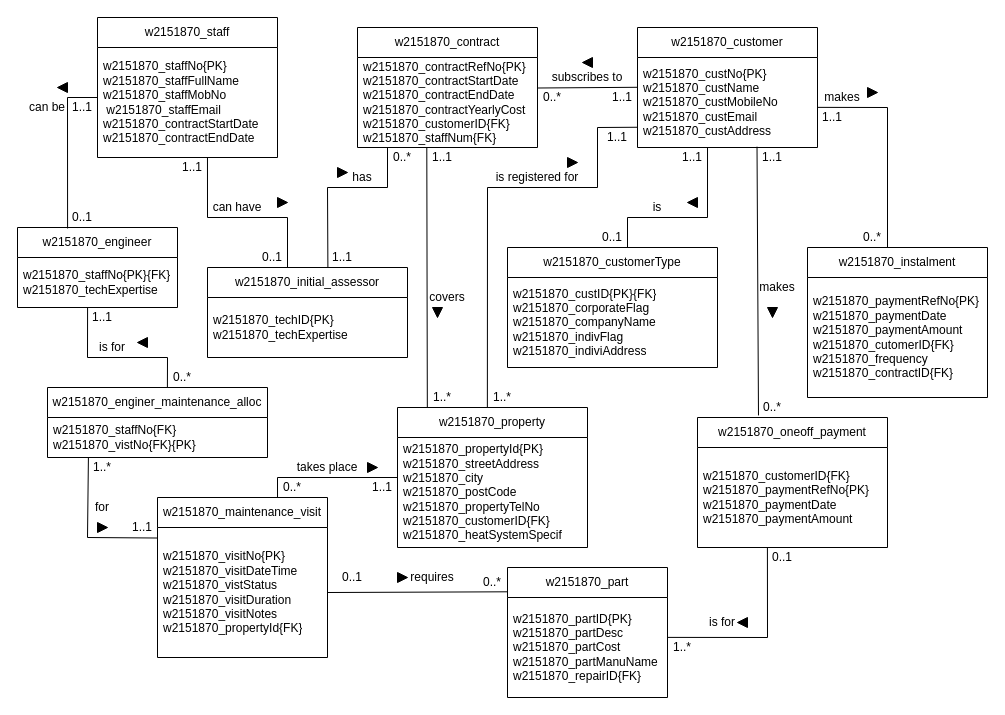
Before: question_8m.drawio in Yoda200512/skills-introduction-to-github, a draw.io diagram. Source tidied: cells renumbered, new cells numbered last; positions are measured from the earlier drawing's top-left corner, leaving out a move shared by most shapes. Both pictures are drawn from the tidied source at 100%, with x=0, y=0 at pixel (17, 17).
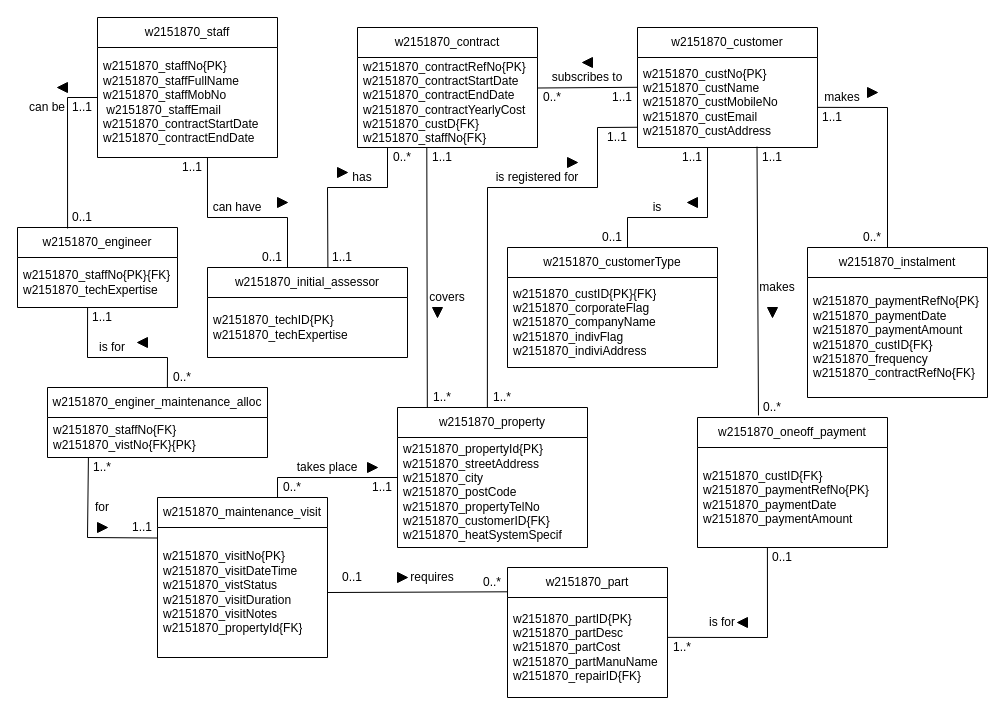
Above is the later version.

The change refers to these unchanged cells:
```xml
<mxCell id="4" value="w2151870_contract" style="swimlane;fontStyle=0;horizontal=1;startSize=30;whiteSpace=wrap;html=1;" parent="1" vertex="1">
  <mxGeometry x="340" y="10" width="180" height="120" as="geometry" />
</mxCell>
<mxCell id="14" value="&lt;span style=&quot;text-align: left;&quot;&gt;w2151870_oneoff_payment&lt;/span&gt;" style="swimlane;fontStyle=0;horizontal=1;startSize=30;whiteSpace=wrap;html=1;" parent="1" vertex="1">
  <mxGeometry x="680" y="400" width="190" height="130" as="geometry" />
</mxCell>
<mxCell id="16" value="w2151870_instalment" style="swimlane;fontStyle=0;horizontal=1;startSize=30;whiteSpace=wrap;html=1;" parent="1" vertex="1">
  <mxGeometry x="790" y="230" width="180" height="150" as="geometry" />
</mxCell>
```

The edit, as a diff of the source:
```diff
@@
-    <mxCell id="5" value="w2151870_contractRefNo{PK}&lt;br&gt;w2151870_contractStartDate&lt;br&gt;w2151870_contractEndDate&lt;br&gt;w2151870_contractYearlyCost&lt;br&gt;w2151870_customerID{FK}&lt;br&gt;w2151870_staffNum{FK}" style="text;strokeColor=none;fillColor=none;align=left;verticalAlign=middle;spacingLeft=4;spacingRight=4;overflow=hidden;points=[[0,0.5],[1,0.5]];portConstraint=eastwest;whiteSpace=wrap;html=1;" parent="4" vertex="1">
+    <mxCell id="5" value="w2151870_contractRefNo{PK}&lt;br&gt;w2151870_contractStartDate&lt;br&gt;w2151870_contractEndDate&lt;br&gt;w2151870_contractYearlyCost&lt;br&gt;w2151870_custD{FK}&lt;br&gt;w2151870_staffNo{FK}" style="text;strokeColor=none;fillColor=none;align=left;verticalAlign=middle;spacingLeft=4;spacingRight=4;overflow=hidden;points=[[0,0.5],[1,0.5]];portConstraint=eastwest;whiteSpace=wrap;html=1;" parent="4" vertex="1">
       <mxGeometry y="30" width="180" height="90" as="geometry" />
     </mxCell>
@@
-    <mxCell id="15" value="w2151870_customerID{FK}&lt;br&gt;w2151870_paymentRefNo{PK}&lt;div&gt;w2151870_paymentDate&lt;/div&gt;&lt;div&gt;w2151870_paymentAmount&lt;/div&gt;" style="text;strokeColor=none;fillColor=none;align=left;verticalAlign=middle;spacingLeft=4;spacingRight=4;overflow=hidden;points=[[0,0.5],[1,0.5]];portConstraint=eastwest;whiteSpace=wrap;html=1;" parent="14" vertex="1">
+    <mxCell id="15" value="w2151870_custID{FK}&lt;br&gt;w2151870_paymentRefNo{PK}&lt;div&gt;w2151870_paymentDate&lt;/div&gt;&lt;div&gt;w2151870_paymentAmount&lt;/div&gt;" style="text;strokeColor=none;fillColor=none;align=left;verticalAlign=middle;spacingLeft=4;spacingRight=4;overflow=hidden;points=[[0,0.5],[1,0.5]];portConstraint=eastwest;whiteSpace=wrap;html=1;" parent="14" vertex="1">
       <mxGeometry y="30" width="190" height="100" as="geometry" />
     </mxCell>
@@
-    <mxCell id="17" value="w2151870_paymentRefNo{PK}&lt;div&gt;w2151870_paymentDate&lt;/div&gt;&lt;div&gt;w2151870_paymentAmount&lt;br&gt;w2151870_cutomerID{FK}&lt;/div&gt;w2151870_frequency&lt;br&gt;w2151870_contractID{FK}" style="text;strokeColor=none;fillColor=none;align=left;verticalAlign=middle;spacingLeft=4;spacingRight=4;overflow=hidden;whiteSpace=wrap;html=1;" parent="16" vertex="1">
+    <mxCell id="17" value="w2151870_paymentRefNo{PK}&lt;div&gt;w2151870_paymentDate&lt;/div&gt;&lt;div&gt;w2151870_paymentAmount&lt;br&gt;w2151870_custID{FK}&lt;/div&gt;w2151870_frequency&lt;br&gt;w2151870_contractRefNo{FK}" style="text;strokeColor=none;fillColor=none;align=left;verticalAlign=middle;spacingLeft=4;spacingRight=4;overflow=hidden;whiteSpace=wrap;html=1;" parent="16" vertex="1">
       <mxGeometry y="30" width="180" height="120" as="geometry" />
     </mxCell>
```
